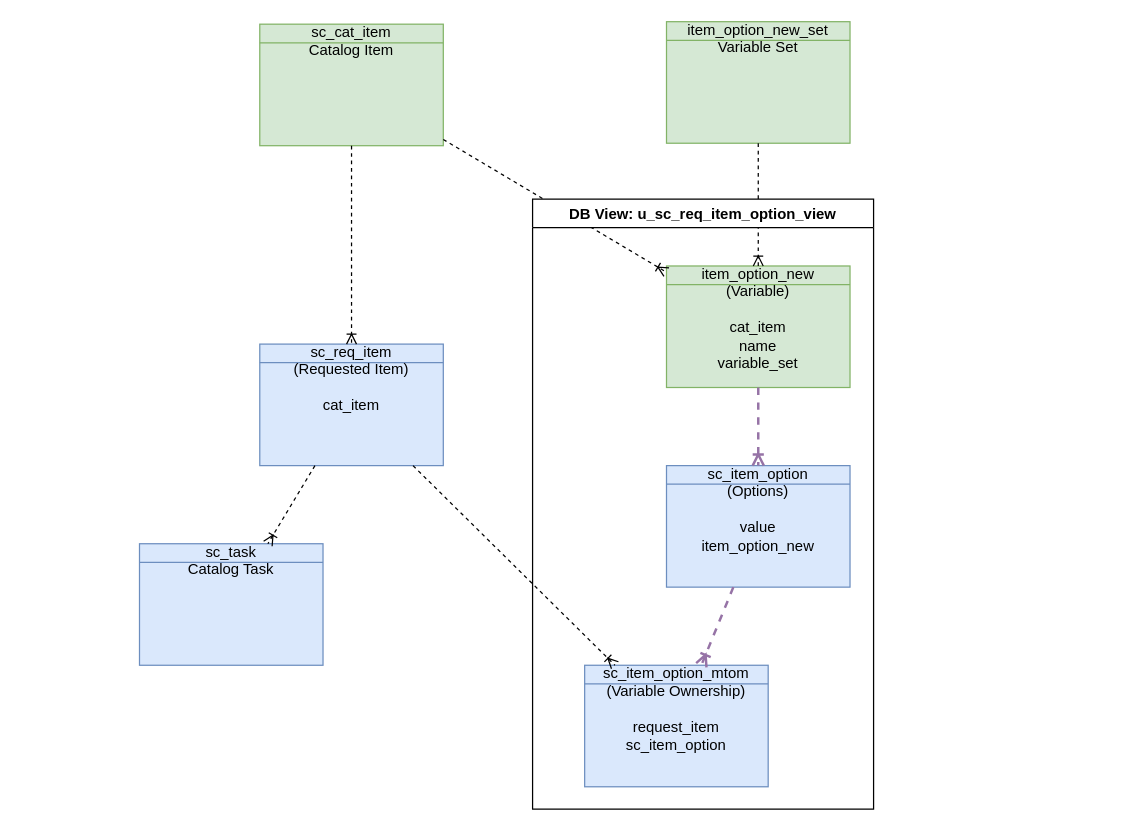
Above: page "Cat_PVS" (3 of 4) of DBsReClassV1.drawio in algimas/tmp (draw.io), before the change. Source tidied: cells renumbered, new cells numbered last; positions are measured from the earlier drawing's top-left corner, leaving out a move shared by most shapes. Both pictures are drawn from the tidied source at 124%, with x=0, y=0 at pixel (139, 21).
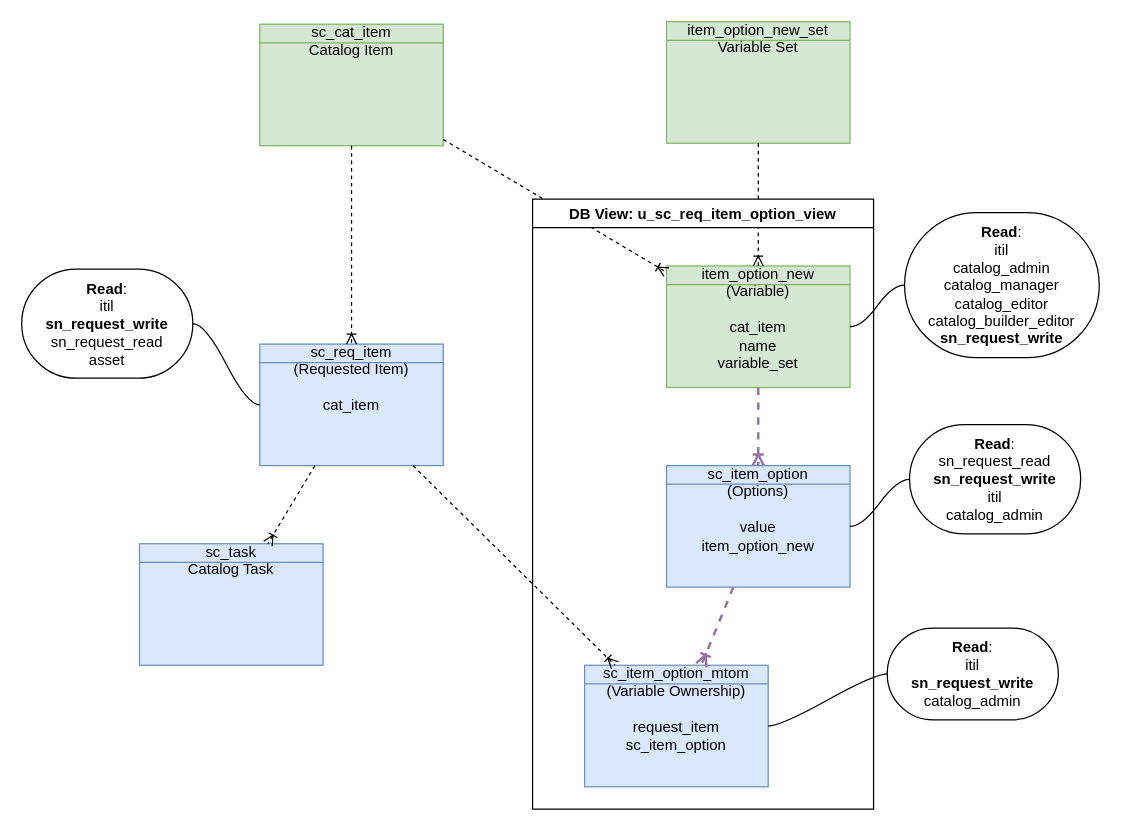
The same page after the edit.

The change refers to these unchanged cells:
```xml
<mxCell id="2" value="item_option_new&lt;br&gt;(Variable)&lt;br&gt;&lt;br&gt;cat_item&lt;br&gt;name&lt;br&gt;variable_set" style="html=1;outlineConnect=0;whiteSpace=wrap;fillColor=#d5e8d4;shape=mxgraph.archimate3.businessObject;overflow=fill;strokeColor=#82b366;" parent="1" vertex="1">
  <mxGeometry x="425" y="197" width="148" height="98" as="geometry" />
</mxCell>
<mxCell id="7" value="sc_item_option_mtom&lt;br&gt;(Variable Ownership)&lt;br&gt;&lt;br&gt;request_item&lt;br&gt;sc_item_option" style="html=1;outlineConnect=0;whiteSpace=wrap;fillColor=#dae8fc;shape=mxgraph.archimate3.businessObject;overflow=fill;strokeColor=#6c8ebf;" parent="1" vertex="1">
  <mxGeometry x="359" y="519" width="148" height="98" as="geometry" />
</mxCell>
<mxCell id="8" value="sc_req_item&lt;br&gt;(Requested Item)&lt;br&gt;&lt;br&gt;cat_item" style="html=1;outlineConnect=0;whiteSpace=wrap;fillColor=#dae8fc;shape=mxgraph.archimate3.businessObject;overflow=fill;strokeColor=#6c8ebf;" parent="1" vertex="1">
  <mxGeometry x="97" y="260" width="148" height="98" as="geometry" />
</mxCell>
<mxCell id="10" value="sc_item_option&lt;br&gt;(Options)&lt;br&gt;&lt;br&gt;value&lt;br&gt;item_option_new" style="html=1;outlineConnect=0;whiteSpace=wrap;fillColor=#dae8fc;shape=mxgraph.archimate3.businessObject;overflow=fill;strokeColor=#6c8ebf;" parent="1" vertex="1">
  <mxGeometry x="425" y="358" width="148" height="98" as="geometry" />
</mxCell>
```

The edit, as a diff of the source:
```diff
@@
+    <mxCell id="17" value="&lt;b&gt;Read&lt;/b&gt;:&lt;div&gt;itil&lt;/div&gt;&lt;div&gt;&lt;b&gt;sn_request_write&lt;/b&gt;&lt;br&gt;&lt;/div&gt;&lt;div&gt;catalog_admin&lt;br&gt;&lt;/div&gt;" style="whiteSpace=wrap;html=1;rounded=1;arcSize=50;align=center;verticalAlign=middle;strokeWidth=1;spacing=4;newEdgeStyle={&quot;edgeStyle&quot;:&quot;entityRelationEdgeStyle&quot;,&quot;startArrow&quot;:&quot;none&quot;,&quot;endArrow&quot;:&quot;none&quot;,&quot;segment&quot;:10,&quot;curved&quot;:1,&quot;sourcePerimeterSpacing&quot;:0,&quot;targetPerimeterSpacing&quot;:0};" parent="1" vertex="1">
+      <mxGeometry x="603" y="489" width="138" height="74" as="geometry" />
+    </mxCell>
+    <mxCell id="18" style="edgeStyle=entityRelationEdgeStyle;startArrow=none;endArrow=none;segment=10;curved=1;sourcePerimeterSpacing=0;targetPerimeterSpacing=0;rounded=0;" parent="1" edge="1" source="17" target="7">
+      <mxGeometry relative="1" as="geometry" />
+    </mxCell>
+    <mxCell id="19" value="&lt;b&gt;Read&lt;/b&gt;:&lt;div&gt;sn_request_read&lt;/div&gt;&lt;div&gt;&lt;b&gt;sn_request_write&lt;/b&gt;&lt;br&gt;&lt;/div&gt;&lt;div&gt;itil&lt;/div&gt;&lt;div&gt;catalog_admin&lt;br&gt;&lt;/div&gt;" style="whiteSpace=wrap;html=1;rounded=1;arcSize=50;align=center;verticalAlign=middle;strokeWidth=1;spacing=4;newEdgeStyle={&quot;edgeStyle&quot;:&quot;entityRelationEdgeStyle&quot;,&quot;startArrow&quot;:&quot;none&quot;,&quot;endArrow&quot;:&quot;none&quot;,&quot;segment&quot;:10,&quot;curved&quot;:1,&quot;sourcePerimeterSpacing&quot;:0,&quot;targetPerimeterSpacing&quot;:0};" parent="1" vertex="1">
+      <mxGeometry x="621" y="325" width="138" height="88" as="geometry" />
+    </mxCell>
+    <mxCell id="20" style="edgeStyle=entityRelationEdgeStyle;startArrow=none;endArrow=none;segment=10;curved=1;sourcePerimeterSpacing=0;targetPerimeterSpacing=0;rounded=0;" parent="1" edge="1" source="19" target="10">
+      <mxGeometry relative="1" as="geometry" />
+    </mxCell>
+    <mxCell id="21" value="&lt;b&gt;Read&lt;/b&gt;:&lt;div&gt;&lt;div&gt;itil&lt;/div&gt;&lt;div&gt;catalog_admin&lt;/div&gt;&lt;div&gt;catalog_manager&lt;/div&gt;&lt;div&gt;catalog_editor&lt;/div&gt;&lt;div&gt;catalog_builder_editor&lt;/div&gt;&lt;div&gt;&lt;b&gt;sn_request_write&lt;/b&gt;&lt;/div&gt;&lt;/div&gt;" style="whiteSpace=wrap;html=1;rounded=1;arcSize=50;align=center;verticalAlign=middle;strokeWidth=1;spacing=4;newEdgeStyle={&quot;edgeStyle&quot;:&quot;entityRelationEdgeStyle&quot;,&quot;startArrow&quot;:&quot;none&quot;,&quot;endArrow&quot;:&quot;none&quot;,&quot;segment&quot;:10,&quot;curved&quot;:1,&quot;sourcePerimeterSpacing&quot;:0,&quot;targetPerimeterSpacing&quot;:0};" parent="1" vertex="1">
+      <mxGeometry x="617" y="154" width="157" height="117" as="geometry" />
+    </mxCell>
+    <mxCell id="22" style="edgeStyle=entityRelationEdgeStyle;startArrow=none;endArrow=none;segment=10;curved=1;sourcePerimeterSpacing=0;targetPerimeterSpacing=0;rounded=0;" parent="1" edge="1" source="21" target="2">
+      <mxGeometry relative="1" as="geometry" />
+    </mxCell>
+    <mxCell id="23" value="&lt;b&gt;Read&lt;/b&gt;:&lt;div&gt;itil&lt;/div&gt;&lt;div&gt;&lt;b&gt;sn_request_write&lt;/b&gt;&lt;br&gt;&lt;/div&gt;&lt;div&gt;sn_request_read&lt;br&gt;&lt;/div&gt;&lt;div&gt;asset&lt;/div&gt;" style="whiteSpace=wrap;html=1;rounded=1;arcSize=50;align=center;verticalAlign=middle;strokeWidth=1;spacing=4;newEdgeStyle={&quot;edgeStyle&quot;:&quot;entityRelationEdgeStyle&quot;,&quot;startArrow&quot;:&quot;none&quot;,&quot;endArrow&quot;:&quot;none&quot;,&quot;segment&quot;:10,&quot;curved&quot;:1,&quot;sourcePerimeterSpacing&quot;:0,&quot;targetPerimeterSpacing&quot;:0};" parent="1" vertex="1">
+      <mxGeometry x="-95" y="199.5" width="138" height="88" as="geometry" />
+    </mxCell>
+    <mxCell id="24" style="edgeStyle=entityRelationEdgeStyle;startArrow=none;endArrow=none;segment=10;curved=1;sourcePerimeterSpacing=0;targetPerimeterSpacing=0;rounded=0;" parent="1" edge="1" source="23" target="8">
+      <mxGeometry relative="1" as="geometry" />
+    </mxCell>
```
